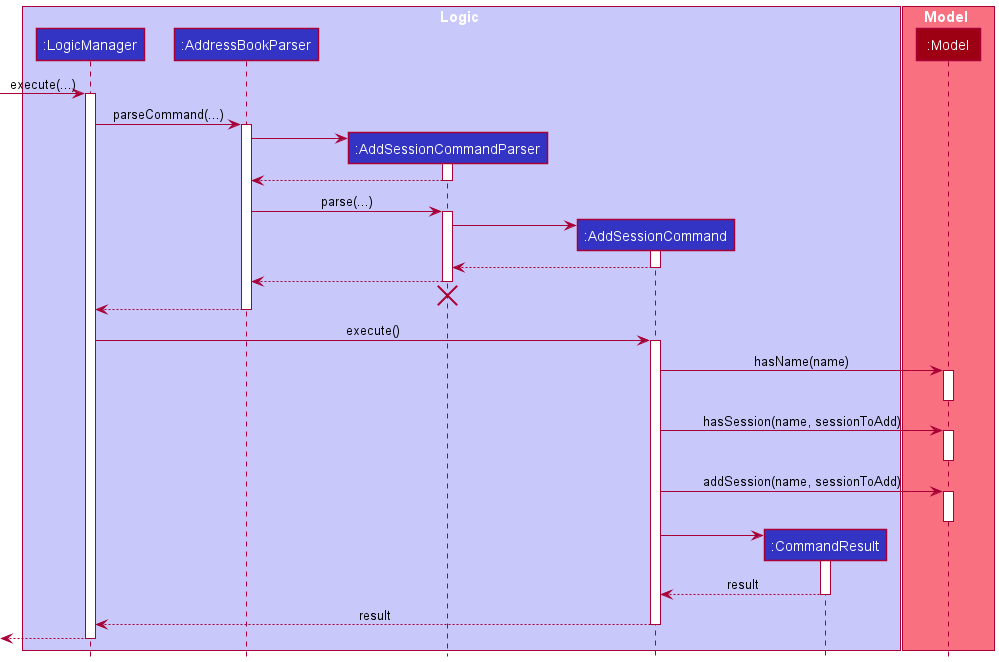
The PlantUML diagram docs/images/junwei/AddSessionSequenceDiagram.png in nus-cs2103-AY2021S2/tp, before a commit. Its source is kept beside it as docs/diagrams/junwei/AddSessionSequenceDiagram.puml.
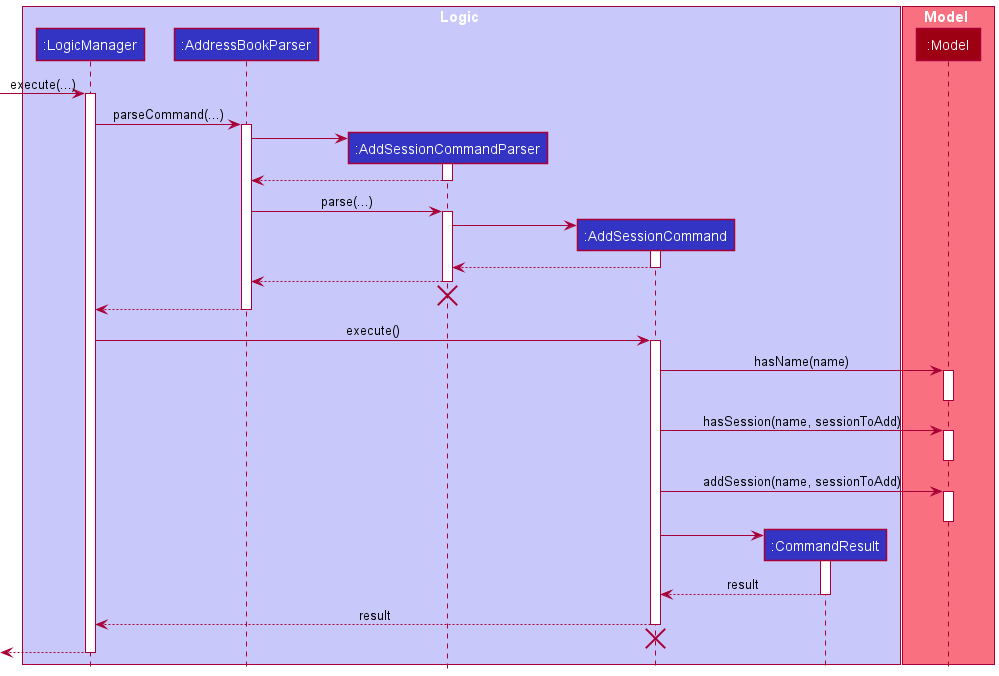
After the change.

Commit message:
Add end of life to method call for AddStudentCommand

Change to the diagram source:
```diff
@@ -70,6 +70,9 @@
 AddSessionCommand --> LogicManager : result
 deactivate AddSessionCommand
 
+AddSessionCommand -[hidden]-> LogicManager
+destroy AddSessionCommand
+
 [<--LogicManager
 deactivate LogicManager
 @enduml
```
